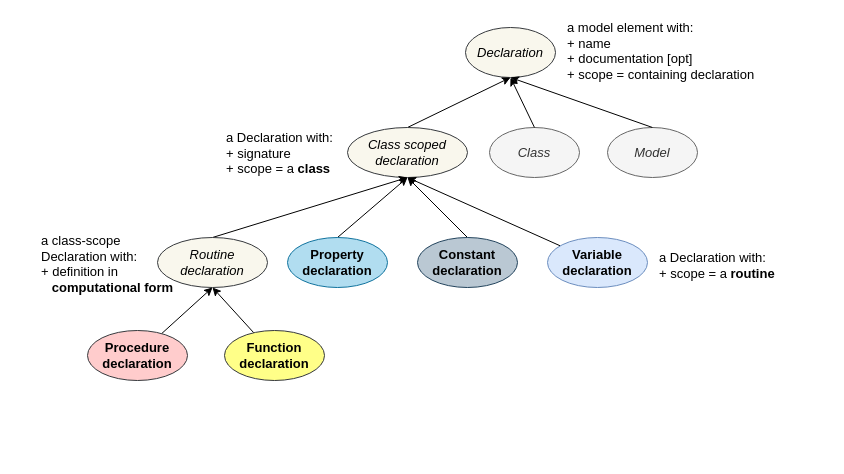
Earlier version of the draw.io diagram docs/bmm/diagrams/feature_taxonomy.drawio (openEHR/specifications-LANG). Source tidied: cells renumbered, new cells numbered last; positions are measured from the earlier drawing's top-left corner, leaving out a move shared by most shapes. Both pictures are drawn from the tidied source at 100%, with x=0, y=0 at pixel (39, 17).
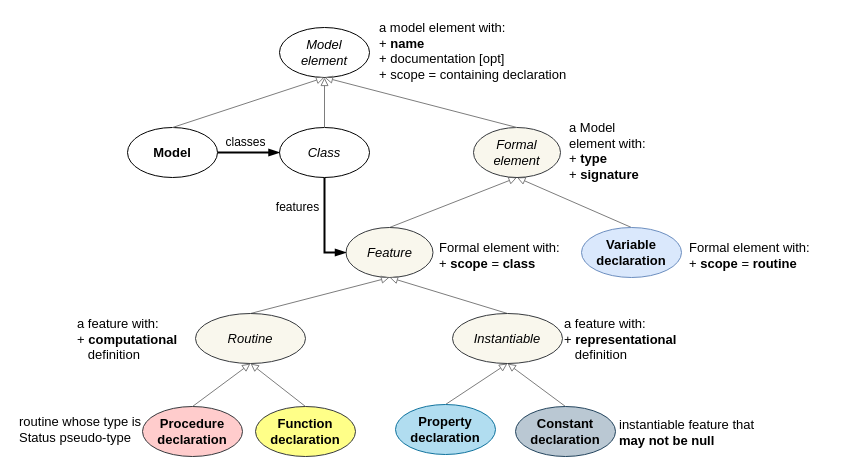
Above is the later version.

Diff of the diagram source:
```diff
@@
-    <mxCell id="2" value="Declaration" style="ellipse;whiteSpace=wrap;html=1;fontSize=13;fontStyle=2;fillColor=#f9f7ed;strokeColor=#36393d;" parent="1" vertex="1">
-      <mxGeometry x="426" y="10" width="90" height="50" as="geometry" />
+    <mxCell id="2" value="Model &lt;br&gt;element" style="ellipse;whiteSpace=wrap;html=1;fontSize=13;fontStyle=2;" parent="1" vertex="1">
+      <mxGeometry x="240" y="10" width="90" height="50" as="geometry" />
     </mxCell>
-    <mxCell id="3" style="edgeStyle=none;rounded=0;jettySize=auto;html=1;exitX=0.5;exitY=0;exitDx=0;exitDy=0;entryX=0.5;entryY=1;entryDx=0;entryDy=0;fontSize=13;" parent="1" edge="1" source="4" target="2">
+    <mxCell id="3" style="edgeStyle=none;rounded=0;jettySize=auto;html=1;exitX=0.5;exitY=0;exitDx=0;exitDy=0;entryX=0.5;entryY=1;entryDx=0;entryDy=0;fontSize=13;strokeColor=#7D7D7D;endArrow=block;endFill=0;" parent="1" edge="1" source="4" target="34">
       <mxGeometry relative="1" as="geometry" />
     </mxCell>
-    <mxCell id="4" value="Class scoped declaration" style="ellipse;whiteSpace=wrap;html=1;fontSize=13;fontStyle=2;fillColor=#f9f7ed;strokeColor=#36393d;" parent="1" vertex="1">
-      <mxGeometry x="308" y="110" width="120" height="50" as="geometry" />
+    <mxCell id="4" value="Feature" style="ellipse;whiteSpace=wrap;html=1;fontSize=13;fontStyle=2;fillColor=#f9f7ed;strokeColor=#36393d;" parent="1" vertex="1">
+      <mxGeometry x="306.5" y="210" width="87" height="50" as="geometry" />
     </mxCell>
-    <mxCell id="5" value="a model element with:&lt;br&gt;+ name&lt;br&gt;+ documentation [opt]&lt;br&gt;+ scope = containing declaration" style="text;html=1;align=left;verticalAlign=top;spacingTop=-4;fontSize=13;" parent="1" vertex="1">
-      <mxGeometry x="526" width="200" height="70" as="geometry" />
+    <mxCell id="5" value="a model element with:&lt;br&gt;+ &lt;b&gt;name&lt;/b&gt;&lt;br&gt;+ documentation [opt]&lt;br&gt;+ scope = containing declaration" style="text;html=1;align=left;verticalAlign=top;spacingTop=-4;fontSize=13;" parent="1" vertex="1">
+      <mxGeometry x="338" width="210" height="70" as="geometry" />
     </mxCell>
-    <mxCell id="6" style="edgeStyle=none;rounded=0;jettySize=auto;html=1;exitX=0.5;exitY=0;exitDx=0;exitDy=0;entryX=0.5;entryY=1;entryDx=0;entryDy=0;fontSize=13;" parent="1" edge="1" source="7" target="4">
+    <mxCell id="6" style="edgeStyle=none;rounded=0;jettySize=auto;html=1;exitX=0.5;exitY=0;exitDx=0;exitDy=0;entryX=0.5;entryY=1;entryDx=0;entryDy=0;fontSize=13;strokeColor=#7D7D7D;endArrow=block;endFill=0;" parent="1" edge="1" source="7" target="28">
       <mxGeometry relative="1" as="geometry" />
     </mxCell>
     <mxCell id="7" value="Constant declaration" style="ellipse;whiteSpace=wrap;html=1;fontSize=13;fontStyle=1;fillColor=#bac8d3;strokeColor=#23445d;" parent="1" vertex="1">
-      <mxGeometry x="378" y="220" width="100" height="50" as="geometry" />
+      <mxGeometry x="476" y="389" width="100" height="50" as="geometry" />
     </mxCell>
-    <mxCell id="8" style="edgeStyle=none;rounded=0;jettySize=auto;html=1;exitX=0.5;exitY=0;exitDx=0;exitDy=0;entryX=0.5;entryY=1;entryDx=0;entryDy=0;fontSize=13;" parent="1" edge="1" source="9" target="4">
+    <mxCell id="8" style="edgeStyle=none;rounded=0;jettySize=auto;html=1;exitX=0.5;exitY=0;exitDx=0;exitDy=0;entryX=0.5;entryY=1;entryDx=0;entryDy=0;fontSize=13;strokeColor=#7D7D7D;endArrow=block;endFill=0;" parent="1" edge="1" source="9" target="28">
       <mxGeometry relative="1" as="geometry" />
     </mxCell>
     <mxCell id="9" value="Property declaration" style="ellipse;whiteSpace=wrap;html=1;fontSize=13;fontStyle=1;fillColor=#b1ddf0;strokeColor=#10739e;" parent="1" vertex="1">
-      <mxGeometry x="248" y="220" width="100" height="50" as="geometry" />
+      <mxGeometry x="356" y="387" width="100" height="50" as="geometry" />
     </mxCell>
-    <mxCell id="10" value="a Declaration with:&lt;br&gt;+ signature&lt;br&gt;+ scope = a &lt;b&gt;class&lt;/b&gt;" style="text;html=1;align=left;verticalAlign=top;spacingTop=-4;fontSize=13;" parent="1" vertex="1">
-      <mxGeometry x="185" y="110" width="120" height="50" as="geometry" />
+    <mxCell id="10" value="a Model&lt;br&gt;element with:&lt;br&gt;+ &lt;b&gt;type&lt;/b&gt;&lt;br&gt;+ &lt;b&gt;signature&lt;/b&gt;" style="text;html=1;align=left;verticalAlign=top;spacingTop=-4;fontSize=13;" parent="1" vertex="1">
+      <mxGeometry x="528" y="100" width="90" height="70" as="geometry" />
     </mxCell>
-    <mxCell id="11" style="edgeStyle=none;rounded=0;jettySize=auto;html=1;exitX=0.5;exitY=0;exitDx=0;exitDy=0;entryX=0.5;entryY=1;entryDx=0;entryDy=0;fontSize=13;" parent="1" edge="1" source="12" target="4">
+    <mxCell id="11" style="edgeStyle=none;rounded=0;jettySize=auto;html=1;exitX=0.5;exitY=0;exitDx=0;exitDy=0;entryX=0.5;entryY=1;entryDx=0;entryDy=0;fontSize=13;strokeColor=#7D7D7D;endArrow=block;endFill=0;" parent="1" edge="1" source="12" target="4">
       <mxGeometry relative="1" as="geometry" />
     </mxCell>
-    <mxCell id="12" value="Routine declaration" style="ellipse;whiteSpace=wrap;html=1;fontSize=13;fontStyle=2;fillColor=#f9f7ed;strokeColor=#36393d;" parent="1" vertex="1">
-      <mxGeometry x="118" y="220" width="110" height="50" as="geometry" />
+    <mxCell id="12" value="Routine" style="ellipse;whiteSpace=wrap;html=1;fontSize=13;fontStyle=2;fillColor=#f9f7ed;strokeColor=#36393d;" parent="1" vertex="1">
+      <mxGeometry x="156" y="296" width="110" height="50" as="geometry" />
     </mxCell>
-    <mxCell id="13" style="rounded=0;jettySize=auto;html=1;fontSize=13;entryX=0.5;entryY=1;entryDx=0;entryDy=0;" parent="1" edge="1" source="14" target="12">
+    <mxCell id="13" style="rounded=0;jettySize=auto;html=1;fontSize=13;entryX=0.5;entryY=1;entryDx=0;entryDy=0;exitX=0.5;exitY=0;exitDx=0;exitDy=0;strokeColor=#7D7D7D;endArrow=block;endFill=0;" parent="1" edge="1" source="14" target="12">
       <mxGeometry relative="1" as="geometry" />
     </mxCell>
     <mxCell id="14" value="Procedure declaration" style="ellipse;whiteSpace=wrap;html=1;fontSize=13;fontStyle=1;fillColor=#ffcccc;strokeColor=#36393d;" parent="1" vertex="1">
-      <mxGeometry x="48" y="313" width="100" height="50" as="geometry" />
+      <mxGeometry x="103" y="389" width="100" height="50" as="geometry" />
     </mxCell>
-    <mxCell id="15" style="edgeStyle=none;rounded=0;jettySize=auto;html=1;entryX=0.5;entryY=1;entryDx=0;entryDy=0;fontSize=13;" parent="1" edge="1" source="16" target="12">
+    <mxCell id="15" style="edgeStyle=none;rounded=0;jettySize=auto;html=1;entryX=0.5;entryY=1;entryDx=0;entryDy=0;fontSize=13;exitX=0.5;exitY=0;exitDx=0;exitDy=0;strokeColor=#7D7D7D;endArrow=block;endFill=0;" parent="1" edge="1" source="16" target="12">
       <mxGeometry relative="1" as="geometry" />
     </mxCell>
     <mxCell id="16" value="Function declaration" style="ellipse;whiteSpace=wrap;html=1;fontSize=13;fontStyle=1;fillColor=#ffff88;strokeColor=#36393d;" parent="1" vertex="1">
-      <mxGeometry x="185" y="313" width="100" height="50" as="geometry" />
+      <mxGeometry x="216" y="389" width="100" height="50" as="geometry" />
     </mxCell>
-    <mxCell id="17" style="edgeStyle=none;rounded=0;jettySize=auto;html=1;entryX=0.5;entryY=1;entryDx=0;entryDy=0;fontSize=13;" parent="1" edge="1" source="18" target="4">
+    <mxCell id="17" style="edgeStyle=none;rounded=0;jettySize=auto;html=1;entryX=0.5;entryY=1;entryDx=0;entryDy=0;fontSize=13;exitX=0.5;exitY=0;exitDx=0;exitDy=0;strokeColor=#7D7D7D;endArrow=block;endFill=0;" parent="1" edge="1" source="18" target="34">
       <mxGeometry relative="1" as="geometry" />
     </mxCell>
     <mxCell id="18" value="Variable declaration" style="ellipse;whiteSpace=wrap;html=1;fontSize=13;fontStyle=1;fillColor=#dae8fc;strokeColor=#6c8ebf;" parent="1" vertex="1">
-      <mxGeometry x="508" y="220" width="100" height="50" as="geometry" />
+      <mxGeometry x="542" y="210" width="100" height="50" as="geometry" />
     </mxCell>
-    <mxCell id="19" value="a Declaration with:&lt;br&gt;+ scope = a &lt;b&gt;routine&lt;/b&gt;" style="text;html=1;align=left;verticalAlign=top;spacingTop=-4;fontSize=13;" parent="1" vertex="1">
-      <mxGeometry x="618" y="230" width="130" height="30" as="geometry" />
+    <mxCell id="19" value="Formal element with:&lt;br&gt;+ &lt;b&gt;scope&lt;/b&gt; =&amp;nbsp;&lt;b&gt;routine&lt;/b&gt;" style="text;html=1;align=left;verticalAlign=top;spacingTop=-4;fontSize=13;" parent="1" vertex="1">
+      <mxGeometry x="648" y="220" width="140" height="30" as="geometry" />
     </mxCell>
-    <mxCell id="20" value="a class-scope &lt;br&gt;Declaration with:&lt;br&gt;+ definition in &lt;br&gt;&lt;b&gt;&amp;nbsp; &amp;nbsp;computational form&lt;/b&gt;" style="text;html=1;align=left;verticalAlign=top;spacingTop=-4;fontSize=13;" parent="1" vertex="1">
-      <mxGeometry y="213" width="150" height="70" as="geometry" />
+    <mxCell id="20" value="a feature&amp;nbsp;with:&lt;br&gt;+ &lt;b&gt;computational&lt;/b&gt;&lt;br&gt;&amp;nbsp; &amp;nbsp;definition" style="text;html=1;align=left;verticalAlign=top;spacingTop=-4;fontSize=13;" parent="1" vertex="1">
+      <mxGeometry x="36" y="296" width="120" height="50" as="geometry" />
     </mxCell>
+    <mxCell id="25" style="edgeStyle=orthogonalEdgeStyle;rounded=0;jettySize=auto;html=1;strokeWidth=2;endArrow=blockThin;endFill=1;entryX=0;entryY=0.5;entryDx=0;entryDy=0;exitX=0.5;exitY=1;exitDx=0;exitDy=0;" parent="1" edge="1" source="21" target="4">
+      <mxGeometry relative="1" as="geometry" />
+    </mxCell>
-    <mxCell id="21" value="Class" style="ellipse;whiteSpace=wrap;html=1;fontSize=13;fontStyle=2;fillColor=#f5f5f5;strokeColor=#666666;fontColor=#333333;" parent="1" vertex="1">
-      <mxGeometry x="450" y="110" width="90" height="50" as="geometry" />
+    <mxCell id="21" value="Class" style="ellipse;whiteSpace=wrap;html=1;fontSize=13;fontStyle=2;" parent="1" vertex="1">
+      <mxGeometry x="240" y="110" width="90" height="50" as="geometry" />
     </mxCell>
-    <mxCell id="22" style="edgeStyle=none;rounded=0;jettySize=auto;html=1;exitX=0.5;exitY=0;exitDx=0;exitDy=0;entryX=0.5;entryY=1;entryDx=0;entryDy=0;fontSize=13;" parent="1" edge="1" source="21" target="2">
+    <mxCell id="22" style="edgeStyle=none;rounded=0;jettySize=auto;html=1;exitX=0.5;exitY=0;exitDx=0;exitDy=0;entryX=0.5;entryY=1;entryDx=0;entryDy=0;fontSize=13;strokeColor=#7D7D7D;endArrow=block;endFill=0;" parent="1" edge="1" source="21" target="2">
       <mxGeometry relative="1" as="geometry" />
     </mxCell>
+    <mxCell id="26" style="edgeStyle=orthogonalEdgeStyle;rounded=0;jettySize=auto;html=1;endArrow=blockThin;endFill=1;strokeColor=#000000;strokeWidth=2;entryX=0;entryY=0.5;entryDx=0;entryDy=0;" parent="1" edge="1" source="23" target="21">
+      <mxGeometry relative="1" as="geometry" />
+    </mxCell>
-    <mxCell id="23" value="Model" style="ellipse;whiteSpace=wrap;html=1;fontSize=13;fontStyle=2;fillColor=#f5f5f5;strokeColor=#666666;fontColor=#333333;" parent="1" vertex="1">
-      <mxGeometry x="568" y="110" width="90" height="50" as="geometry" />
+    <mxCell id="23" value="Model" style="ellipse;whiteSpace=wrap;html=1;fontSize=13;fontStyle=1;" parent="1" vertex="1">
+      <mxGeometry x="88" y="110" width="90" height="50" as="geometry" />
     </mxCell>
-    <mxCell id="24" style="edgeStyle=none;rounded=0;jettySize=auto;html=1;exitX=0.5;exitY=0;exitDx=0;exitDy=0;entryX=0.5;entryY=1;entryDx=0;entryDy=0;fontSize=13;" parent="1" edge="1" source="23" target="2">
+    <mxCell id="24" style="edgeStyle=none;rounded=0;jettySize=auto;html=1;exitX=0.5;exitY=0;exitDx=0;exitDy=0;entryX=0.5;entryY=1;entryDx=0;entryDy=0;fontSize=13;strokeColor=#7D7D7D;endArrow=block;endFill=0;" parent="1" edge="1" source="23" target="2">
       <mxGeometry relative="1" as="geometry" />
     </mxCell>
+    <mxCell id="27" style="rounded=0;jettySize=auto;html=1;exitX=0.5;exitY=0;exitDx=0;exitDy=0;entryX=0.5;entryY=1;entryDx=0;entryDy=0;strokeColor=#7D7D7D;endArrow=block;endFill=0;" parent="1" edge="1" source="28" target="4">
+      <mxGeometry relative="1" as="geometry" />
+    </mxCell>
+    <mxCell id="28" value="Instantiable" style="ellipse;whiteSpace=wrap;html=1;fontSize=13;fontStyle=2;fillColor=#f9f7ed;strokeColor=#36393d;" parent="1" vertex="1">
+      <mxGeometry x="413" y="296" width="110" height="50" as="geometry" />
+    </mxCell>
+    <mxCell id="29" value="a feature&amp;nbsp;with:&lt;br&gt;+ &lt;b&gt;representational&lt;/b&gt;&lt;br&gt;&amp;nbsp; &amp;nbsp;definition" style="text;html=1;align=left;verticalAlign=top;spacingTop=-4;fontSize=13;" parent="1" vertex="1">
+      <mxGeometry x="523" y="296" width="140" height="50" as="geometry" />
+    </mxCell>
+    <mxCell id="30" value="instantiable feature that&lt;br&gt;&lt;b&gt;may not be null&lt;/b&gt;" style="text;html=1;align=left;verticalAlign=top;spacingTop=-4;fontSize=13;" parent="1" vertex="1">
+      <mxGeometry x="578" y="397" width="150" height="30" as="geometry" />
+    </mxCell>
+    <mxCell id="31" value="routine whose type is&lt;br&gt;Status pseudo-type" style="text;html=1;align=left;verticalAlign=top;spacingTop=-4;fontSize=13;" parent="1" vertex="1">
+      <mxGeometry x="-22" y="394" width="140" height="30" as="geometry" />
+    </mxCell>
+    <mxCell id="32" value="features" style="text;html=1;align=center;verticalAlign=middle;" parent="1" vertex="1">
+      <mxGeometry x="228" y="180" width="60" height="20" as="geometry" />
+    </mxCell>
+    <mxCell id="33" value="classes" style="text;html=1;align=center;verticalAlign=middle;" parent="1" vertex="1">
+      <mxGeometry x="181" y="115" width="50" height="20" as="geometry" />
+    </mxCell>
+    <mxCell id="34" value="Formal element" style="ellipse;whiteSpace=wrap;html=1;fontSize=13;fontStyle=2;fillColor=#f9f7ed;strokeColor=#36393d;" parent="1" vertex="1">
+      <mxGeometry x="434" y="110" width="87" height="50" as="geometry" />
+    </mxCell>
+    <mxCell id="35" style="edgeStyle=none;rounded=0;jettySize=auto;html=1;exitX=0.5;exitY=0;exitDx=0;exitDy=0;entryX=0.5;entryY=1;entryDx=0;entryDy=0;fontSize=13;strokeColor=#7D7D7D;endArrow=block;endFill=0;" parent="1" edge="1" source="34" target="2">
+      <mxGeometry relative="1" as="geometry" />
+    </mxCell>
+    <mxCell id="36" value="Formal element with:&lt;br&gt;+ &lt;b&gt;scope&lt;/b&gt; =&amp;nbsp;&lt;b&gt;class&lt;/b&gt;" style="text;html=1;align=left;verticalAlign=top;spacingTop=-4;fontSize=13;" parent="1" vertex="1">
+      <mxGeometry x="398" y="220" width="140" height="30" as="geometry" />
+    </mxCell>
```
